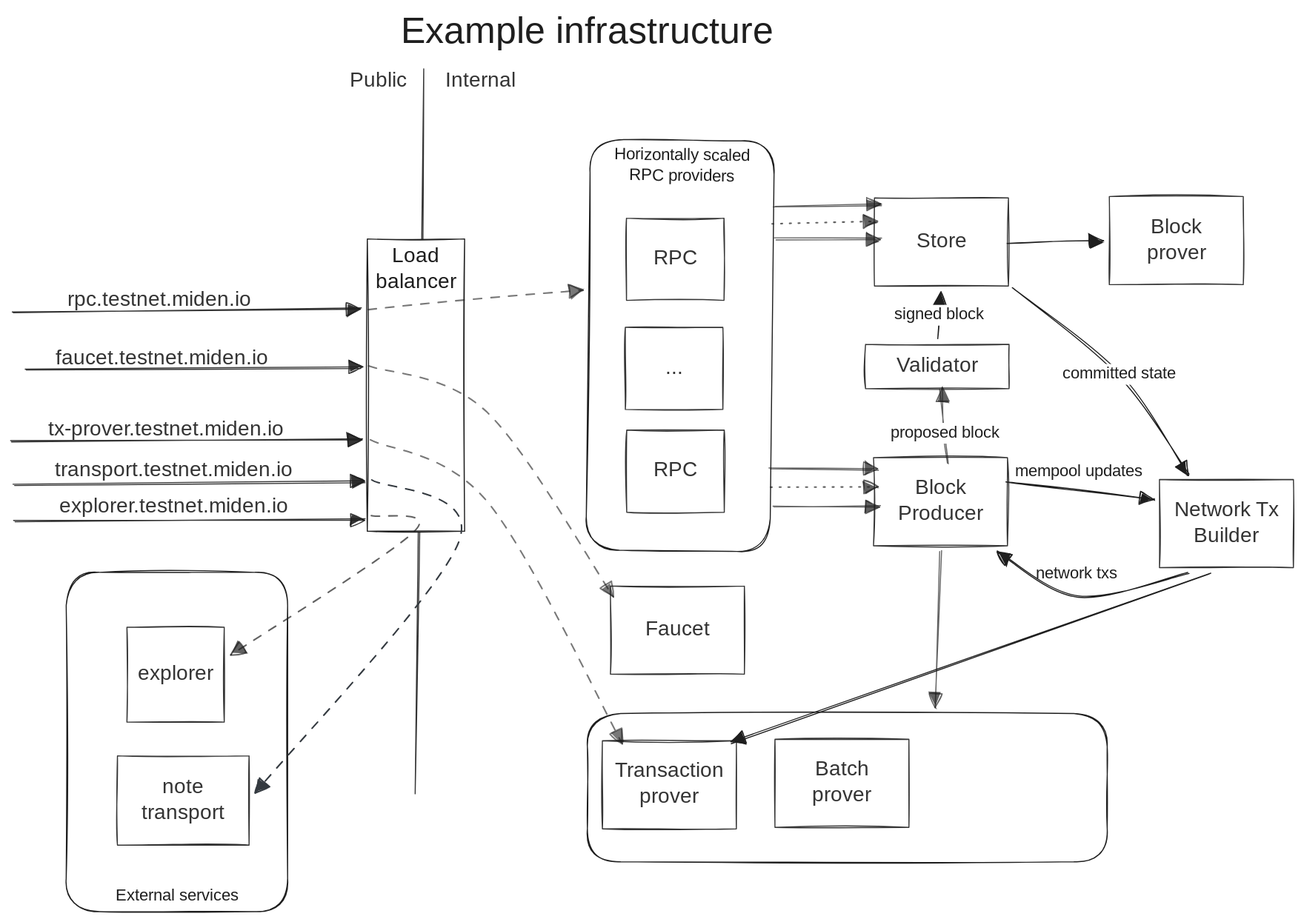
Earlier version of the Excalidraw export docs/external/src/img/operator_architecture.svg (0xMiden/node). Source tidied: one line per element, renumbered; positions are measured from the earlier drawing's top-left corner, leaving out a move shared by most shapes.
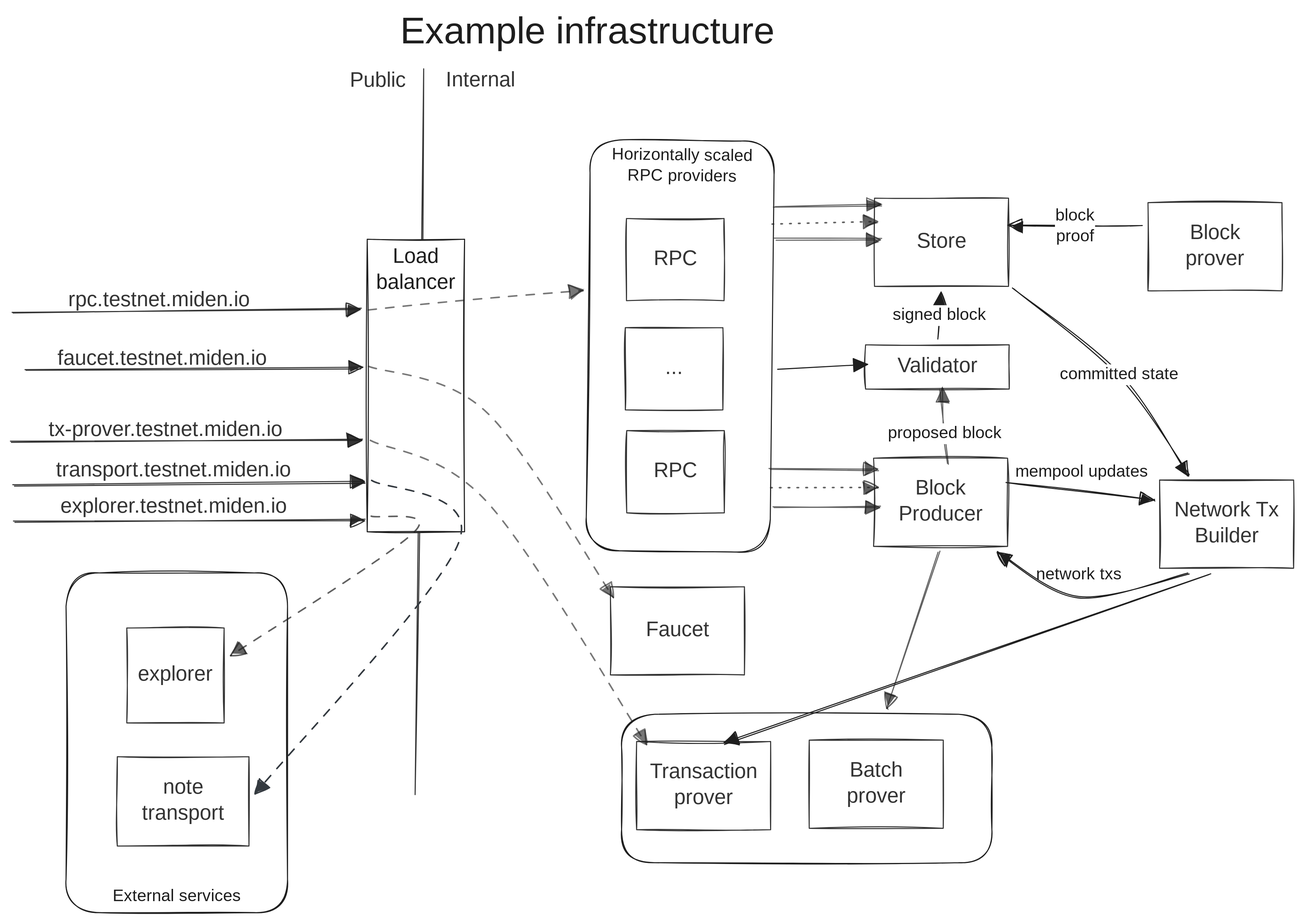
The same diagram one commit later.

The edit, as a diff of the source:
```diff
@@ -30,18 +30,18 @@
 {"id": 29, "type": "arrow", "strokeColor": "#1e1e1e", "strokeWidth": 1, "strokeStyle": "dashed", "roughness": 1, "opacity": 60, "endArrowhead": "triangle", "round": true, "from": 3, "to": 17, "x": 344, "y": 343, "width": 237, "height": 223, "points": [[0, 0], [116, 45], [237, 223]]}
 {"id": 30, "type": "arrow", "strokeColor": "#1e1e1e", "strokeWidth": 1, "strokeStyle": "dashed", "roughness": 1, "opacity": 70, "endArrowhead": "triangle", "round": true, "from": 3, "to": 23, "x": 349, "y": 487, "width": 178, "height": 133, "points": [[0, 0], [41, 16], [-137, 133]]}
 {"id": 31, "type": "text", "text": "Example infrastructure", "strokeColor": "#1e1e1e", "strokeWidth": 1, "strokeStyle": "dashed", "roughness": 1, "fontSize": 36, "fontFamily": 5, "textAlign": "center", "x": 358, "y": 0, "width": 397, "height": 45}
-{"id": 32, "type": "rectangle", "strokeColor": "#1e1e1e", "backgroundColor": "#ffffff", "fillStyle": "solid", "strokeWidth": 1, "roughness": 1, "opacity": 90, "x": 571, "y": 705, "width": 129, "height": 85}
+{"id": 32, "type": "rectangle", "strokeColor": "#1e1e1e", "backgroundColor": "#ffffff", "fillStyle": "solid", "strokeWidth": 1, "roughness": 1, "opacity": 90, "x": 604, "y": 705, "width": 129, "height": 85}
-{"id": 33, "type": "text", "text": "Transaction\nprover", "strokeColor": "#1e1e1e", "backgroundColor": "#ffffff", "fillStyle": "solid", "strokeWidth": 1, "roughness": 1, "opacity": 90, "fontSize": 20, "fontFamily": 5, "textAlign": "center", "verticalAlign": "middle", "inside": 32, "x": 577, "y": 722, "width": 116, "height": 50}
+{"id": 33, "type": "text", "text": "Transaction\nprover", "strokeColor": "#1e1e1e", "backgroundColor": "#ffffff", "fillStyle": "solid", "strokeWidth": 1, "roughness": 1, "opacity": 90, "fontSize": 20, "fontFamily": 5, "textAlign": "center", "verticalAlign": "middle", "inside": 32, "x": 610, "y": 722, "width": 116, "height": 50}
-{"id": 34, "type": "rectangle", "strokeColor": "#1e1e1e", "backgroundColor": "#ffffff", "fillStyle": "solid", "strokeWidth": 1, "roughness": 1, "opacity": 90, "x": 737, "y": 703, "width": 129, "height": 85}
+{"id": 34, "type": "rectangle", "strokeColor": "#1e1e1e", "backgroundColor": "#ffffff", "fillStyle": "solid", "strokeWidth": 1, "roughness": 1, "opacity": 90, "x": 770, "y": 703, "width": 129, "height": 85}
-{"id": 35, "type": "text", "text": "Batch\nprover", "strokeColor": "#1e1e1e", "backgroundColor": "#ffffff", "fillStyle": "solid", "strokeWidth": 1, "roughness": 1, "opacity": 90, "fontSize": 20, "fontFamily": 5, "textAlign": "center", "verticalAlign": "middle", "inside": 34, "x": 771, "y": 721, "width": 60, "height": 50}
+{"id": 35, "type": "text", "text": "Batch\nprover", "strokeColor": "#1e1e1e", "backgroundColor": "#ffffff", "fillStyle": "solid", "strokeWidth": 1, "roughness": 1, "opacity": 90, "fontSize": 20, "fontFamily": 5, "textAlign": "center", "verticalAlign": "middle", "inside": 34, "x": 804, "y": 721, "width": 60, "height": 50}
-{"id": 36, "type": "rectangle", "strokeColor": "#1e1e1e", "backgroundColor": "#ffffff", "fillStyle": "solid", "strokeWidth": 1, "roughness": 1, "opacity": 90, "x": 1060, "y": 180, "width": 129, "height": 85}
+{"id": 36, "type": "rectangle", "strokeColor": "#1e1e1e", "backgroundColor": "#ffffff", "fillStyle": "solid", "strokeWidth": 1, "roughness": 1, "opacity": 90, "x": 1097, "y": 185, "width": 129, "height": 85}
-{"id": 37, "type": "text", "text": "Block\nprover", "strokeColor": "#1e1e1e", "backgroundColor": "#ffffff", "fillStyle": "solid", "strokeWidth": 1, "roughness": 1, "opacity": 90, "fontSize": 20, "fontFamily": 5, "textAlign": "center", "verticalAlign": "middle", "inside": 36, "x": 1094, "y": 197, "width": 60, "height": 50}
+{"id": 37, "type": "text", "text": "Block\nprover", "strokeColor": "#1e1e1e", "backgroundColor": "#ffffff", "fillStyle": "solid", "strokeWidth": 1, "roughness": 1, "opacity": 90, "fontSize": 20, "fontFamily": 5, "textAlign": "center", "verticalAlign": "middle", "inside": 36, "x": 1131, "y": 203, "width": 60, "height": 50}
-{"id": 38, "type": "rectangle", "strokeColor": "#1e1e1e", "strokeWidth": 1, "roughness": 1, "round": true, "x": 556, "y": 678, "width": 501, "height": 143}
+{"id": 38, "type": "rectangle", "strokeColor": "#1e1e1e", "strokeWidth": 1, "roughness": 1, "round": true, "x": 589, "y": 678, "width": 357, "height": 143}
 {"id": 39, "type": "arrow", "strokeColor": "#1e1e1e", "backgroundColor": "#ffffff", "fillStyle": "solid", "strokeWidth": 1, "roughness": 1, "opacity": 90, "endArrowhead": "triangle", "round": true, "to": 3, "x": 14, "y": 346, "width": 324, "height": 1, "points": [[0, 0], [324, -1]]}
 {"id": 40, "type": "text", "text": "tx-prover.testnet.miden.io", "strokeColor": "#1e1e1e", "backgroundColor": "#ffffff", "fillStyle": "solid", "strokeWidth": 1, "roughness": 1, "opacity": 90, "fontSize": 20, "fontFamily": 5, "textAlign": "center", "x": 24, "y": 392, "width": 251, "height": 25}
-{"id": 41, "type": "arrow", "strokeColor": "#1e1e1e", "strokeWidth": 1, "strokeStyle": "dashed", "roughness": 1, "opacity": 60, "endArrowhead": "triangle", "round": true, "from": 3, "to": 38, "x": 348, "y": 415, "width": 242, "height": 294, "points": [[0, 0], [111, 61], [242, 294]]}
+{"id": 41, "type": "arrow", "strokeColor": "#1e1e1e", "strokeWidth": 1, "strokeStyle": "dashed", "roughness": 1, "opacity": 60, "endArrowhead": "triangle", "round": true, "from": 3, "to": 38, "x": 348, "y": 415, "width": 265, "height": 294, "points": [[0, 0], [111, 61], [265, 294]]}
 {"id": 42, "type": "text", "text": "proposed block", "strokeColor": "#1e1e1e", "backgroundColor": "#ffffff", "fillStyle": "solid", "strokeWidth": 1, "roughness": 1, "fontSize": 16, "fontFamily": 5, "textAlign": "center", "verticalAlign": "middle", "inside": 60, "x": 836, "y": 387, "width": 115, "height": 20}
-{"id": 43, "type": "arrow", "strokeColor": "#1e1e1e", "strokeWidth": 1, "roughness": 1, "opacity": 70, "endArrowhead": "triangle", "round": true, "from": 8, "to": 38, "x": 897, "y": 522, "width": 6, "height": 151, "points": [[0, 0], [-6, 151]]}
+{"id": 43, "type": "arrow", "strokeColor": "#1e1e1e", "strokeWidth": 1, "roughness": 1, "opacity": 70, "endArrowhead": "triangle", "round": true, "from": 8, "to": 38, "x": 895, "y": 522, "width": 51, "height": 151, "points": [[0, 0], [-51, 151]]}
 {"id": 44, "type": "arrow", "strokeColor": "#1e1e1e", "strokeWidth": 1, "roughness": 1, "opacity": 70, "endArrowhead": "triangle", "round": true, "from": 25, "to": 8, "x": 732, "y": 442, "width": 104, "height": 1, "points": [[0, 0], [104, 1]]}
 {"id": 45, "type": "arrow", "strokeColor": "#1e1e1e", "strokeWidth": 1, "roughness": 1, "opacity": 70, "endArrowhead": "triangle", "round": true, "x": 735, "y": 479, "width": 103, "height": 1, "points": [[0, 0], [103, -1]]}
 {"id": 46, "type": "arrow", "strokeColor": "#1e1e1e", "strokeWidth": 1, "strokeStyle": "dotted", "roughness": 1, "opacity": 70, "endArrowhead": "triangle", "round": true, "x": 734, "y": 461, "width": 103, "height": 1, "points": [[0, 0], [103, -1]]}
@@ -56,16 +56,18 @@
 {"id": 55, "type": "text", "text": "network txs", "strokeColor": "#1e1e1e", "strokeWidth": 1, "roughness": 1, "fontSize": 16, "fontFamily": 5, "x": 989, "y": 534, "width": 95, "height": 20}
 {"id": 56, "type": "arrow", "strokeColor": "#1e1e1e", "strokeWidth": 1, "roughness": 1, "endArrowhead": "triangle", "round": true, "from": 13, "to": 50, "x": 967, "y": 268, "width": 169, "height": 179, "points": [[0, 0], [102, 83], [169, 179]]}
 {"id": 57, "type": "text", "text": "committed state", "strokeColor": "#1e1e1e", "backgroundColor": "#ffffff", "fillStyle": "solid", "strokeWidth": 1, "roughness": 1, "fontSize": 16, "fontFamily": 5, "textAlign": "center", "verticalAlign": "middle", "inside": 56, "x": 1004, "y": 341, "width": 129, "height": 20}
-{"id": 58, "type": "arrow", "strokeColor": "#1e1e1e", "strokeWidth": 1, "roughness": 1, "endArrowhead": "triangle", "round": true, "from": 50, "to": 38, "x": 1157, "y": 543, "width": 463, "height": 164, "points": [[0, 0], [-463, 164]]}
+{"id": 58, "type": "arrow", "strokeColor": "#1e1e1e", "strokeWidth": 1, "roughness": 1, "endArrowhead": "triangle", "round": true, "from": 50, "to": 38, "x": 1157, "y": 543, "width": 469, "height": 164, "points": [[0, 0], [-469, 164]]}
 {"id": 59, "type": "rectangle", "strokeColor": "#1e1e1e", "backgroundColor": "#ffffff", "fillStyle": "solid", "strokeWidth": 1, "roughness": 1, "opacity": 90, "x": 824, "y": 322, "width": 138, "height": 43}
 {"id": 60, "type": "arrow", "strokeColor": "#1e1e1e", "strokeWidth": 1, "roughness": 1, "opacity": 70, "endArrowhead": "triangle", "round": true, "to": 59, "x": 903, "y": 437, "width": 7, "height": 73, "points": [[0, 0], [-2, -29], [-7, -73]]}
 {"id": 61, "type": "text", "text": "Validator", "strokeColor": "#1e1e1e", "backgroundColor": "#ffffff", "fillStyle": "solid", "strokeWidth": 1, "roughness": 1, "opacity": 90, "fontSize": 20, "fontFamily": 5, "textAlign": "center", "verticalAlign": "middle", "inside": 59, "x": 850, "y": 331, "width": 87, "height": 25}
 {"id": 62, "type": "arrow", "strokeColor": "#1e1e1e", "backgroundColor": "#ffffff", "fillStyle": "solid", "strokeWidth": 1, "roughness": 1, "endArrowhead": "triangle", "from": 59, "to": 13, "x": 894, "y": 317, "width": 3, "height": 45, "points": [[0, 0], [3, -45]]}
 {"id": 63, "type": "text", "text": "signed block", "strokeColor": "#1e1e1e", "backgroundColor": "#ffffff", "fillStyle": "solid", "strokeWidth": 1, "roughness": 1, "fontSize": 16, "fontFamily": 5, "textAlign": "center", "verticalAlign": "middle", "inside": 62, "x": 849, "y": 284, "width": 93, "height": 20}
-{"id": 64, "type": "arrow", "strokeColor": "#1e1e1e", "backgroundColor": "#ffffff", "fillStyle": "solid", "strokeWidth": 1, "roughness": 1, "endArrowhead": "triangle", "from": 13, "to": 36, "x": 961, "y": 225, "width": 93, "height": 3, "points": [[0, 0], [93, -3]]}
 {"id": 65, "type": "rectangle", "strokeColor": "#1e1e1e", "backgroundColor": "#ffffff", "fillStyle": "solid", "strokeWidth": 1, "roughness": 1, "opacity": 90, "x": 103, "y": 719, "width": 127, "height": 86}
 {"id": 66, "type": "text", "text": "note\ntransport", "strokeColor": "#1e1e1e", "backgroundColor": "#ffffff", "fillStyle": "solid", "strokeWidth": 1, "roughness": 1, "opacity": 90, "fontSize": 20, "fontFamily": 5, "textAlign": "center", "verticalAlign": "middle", "inside": 65, "x": 120, "y": 737, "width": 94, "height": 50}
 {"id": 67, "type": "arrow", "strokeColor": "#1e1e1e", "strokeWidth": 1, "strokeStyle": "dashed", "roughness": 1, "opacity": 60, "endArrowhead": "triangle", "from": 3, "to": 25, "x": 345, "y": 289, "width": 207, "height": 19, "points": [[0, 0], [207, -19]]}
 {"id": 68, "type": "arrow", "strokeColor": "#1e1e1e", "backgroundColor": "#ffffff", "fillStyle": "solid", "strokeWidth": 1, "roughness": 1, "opacity": 90, "endArrowhead": "triangle", "round": true, "x": 4, "y": 459, "width": 337, "height": 4, "points": [[0, 0], [337, -4]]}
 {"id": 69, "type": "text", "text": "transport.testnet.miden.io", "strokeColor": "#1e1e1e", "backgroundColor": "#ffffff", "fillStyle": "solid", "strokeWidth": 1, "roughness": 1, "opacity": 90, "fontSize": 20, "fontFamily": 5, "textAlign": "center", "x": 30, "y": 431, "width": 255, "height": 25}
 {"id": 70, "type": "arrow", "strokeColor": "#343a40", "backgroundColor": "#ffffff", "fillStyle": "solid", "strokeWidth": 1, "strokeStyle": "dashed", "roughness": 1, "endArrowhead": "triangle", "round": true, "from": 3, "to": 65, "x": 348, "y": 454, "width": 196, "height": 301, "points": [[0, 0], [84, 58], [-112, 301]]}
+{"id": 71, "type": "arrow", "strokeColor": "#1e1e1e", "strokeWidth": 1, "roughness": 0, "endArrowhead": "triangle", "from": 25, "to": 59, "x": 740, "y": 346, "width": 87, "height": 5, "points": [[0, 0], [87, -5]]}
+{"id": 72, "type": "arrow", "strokeColor": "#1e1e1e", "backgroundColor": "#ffffff", "fillStyle": "solid", "strokeWidth": 1, "roughness": 1, "endArrowhead": "triangle", "from": 36, "x": 1091, "y": 207, "width": 130, "height": 0, "points": [[0, 0], [-130, 0]]}
+{"id": 73, "type": "text", "text": "block\nproof", "strokeColor": "#1e1e1e", "strokeWidth": 1, "roughness": 0, "fontSize": 16, "fontFamily": 6, "textAlign": "center", "verticalAlign": "middle", "inside": 72, "x": 988, "y": 183, "width": 39, "height": 40}
```
